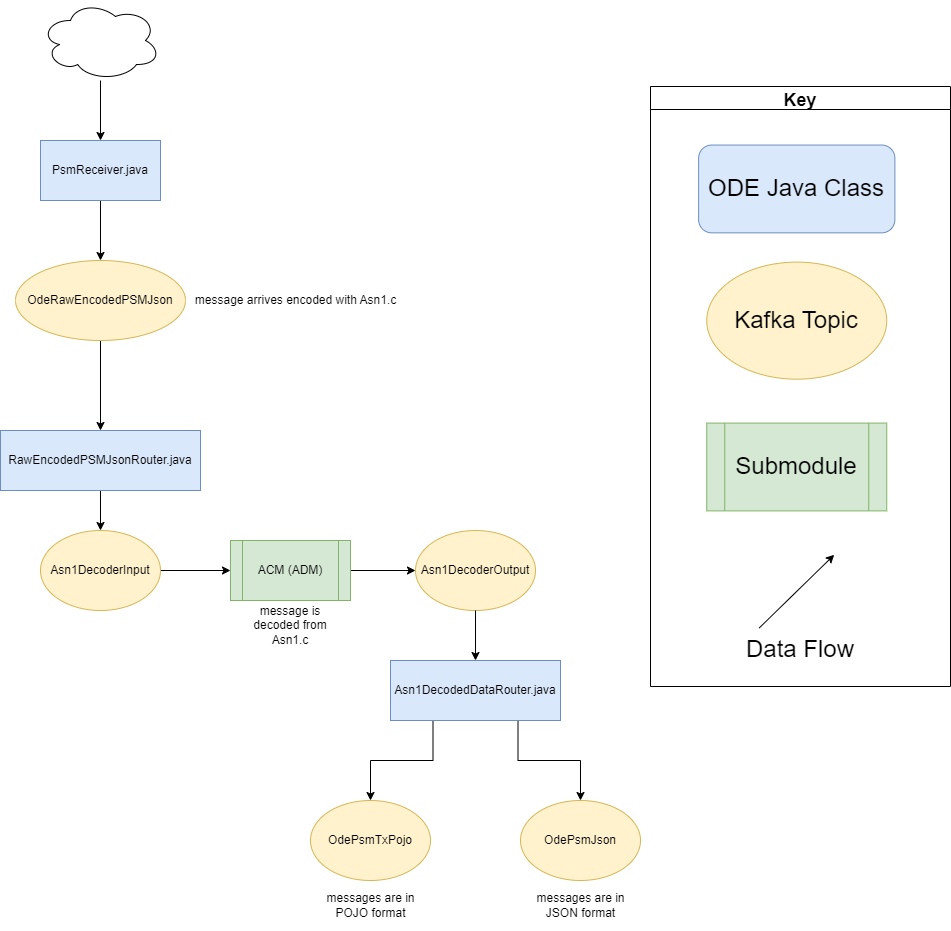
CDOT-CV/jpo-ode keeps this draw.io diagram as docs/data-flow-diagrams/psm/PSM Data Flow.drawio.png. Above is the earlier version. Source tidied: cells renumbered, new cells last; positions are measured from the earlier drawing's top-left corner, leaving out a move shared by most shapes.
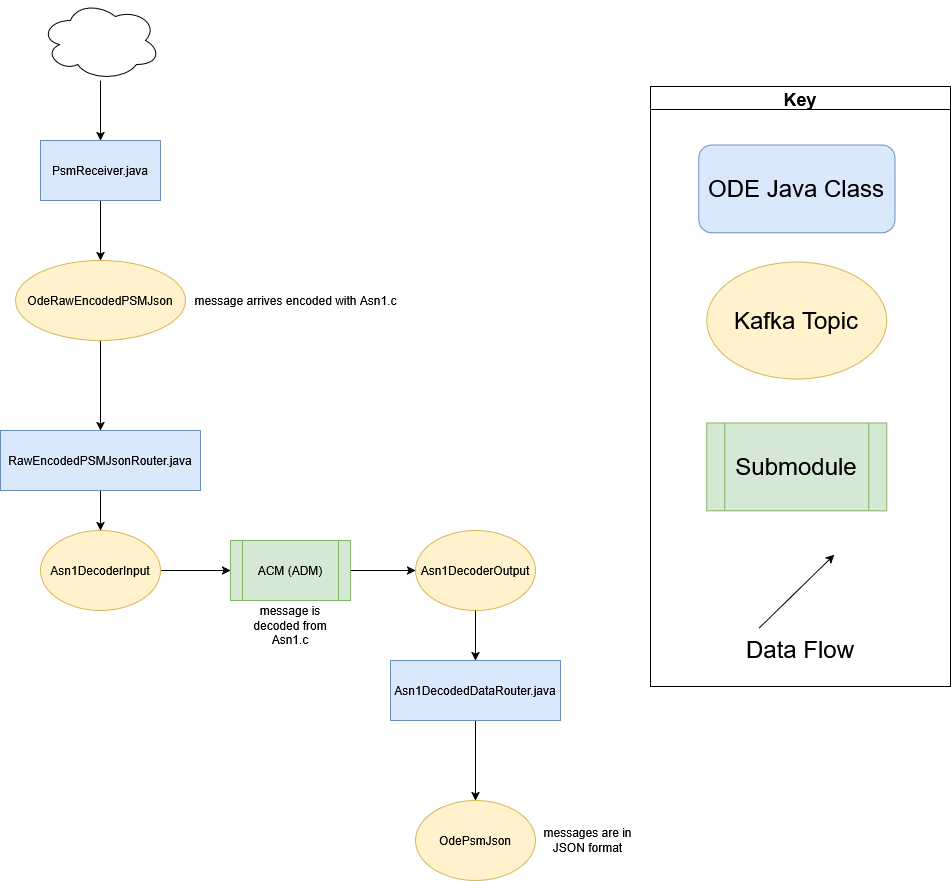
Above is the later version.

Change to the diagram source:
```diff
@@ -2,17 +2,10 @@
   <root>
     <mxCell id="0" />
     <mxCell id="1" parent="0" />
-    <mxCell id="2" style="edgeStyle=orthogonalEdgeStyle;rounded=0;jettySize=auto;html=1;exitX=0.25;exitY=1;exitDx=0;exitDy=0;" parent="1" edge="1" source="4">
-      <mxGeometry relative="1" as="geometry">
-        <mxPoint x="370" y="800" as="targetPoint" />
-      </mxGeometry>
-    </mxCell>
-    <mxCell id="3" style="edgeStyle=orthogonalEdgeStyle;rounded=0;jettySize=auto;html=1;exitX=0.75;exitY=1;exitDx=0;exitDy=0;entryX=0.5;entryY=0;entryDx=0;entryDy=0;" parent="1" edge="1" source="4">
+    <mxCell id="3" style="edgeStyle=orthogonalEdgeStyle;rounded=0;jettySize=auto;html=1;exitX=0.5;exitY=1;exitDx=0;exitDy=0;entryX=0.5;entryY=0;entryDx=0;entryDy=0;" parent="1" edge="1" source="4" target="26">
       <mxGeometry relative="1" as="geometry">
-        <mxPoint x="580" y="800" as="targetPoint" />
         <Array as="points">
-          <mxPoint x="518" y="760" />
-          <mxPoint x="580" y="760" />
+          <mxPoint x="475" y="800" />
         </Array>
       </mxGeometry>
     </mxCell>
@@ -82,11 +75,8 @@
     <mxCell id="24" value="&lt;font style=&quot;font-size: 24px&quot;&gt;ODE Java Class&lt;/font&gt;" style="rounded=1;whiteSpace=wrap;html=1;fillColor=#dae8fc;strokeColor=#6c8ebf;labelBackgroundColor=none;" parent="21" vertex="1">
       <mxGeometry x="48.1" y="58.5" width="196.2" height="87.8" as="geometry" />
     </mxCell>
-    <mxCell id="25" value="OdePsmTxPojo" style="ellipse;whiteSpace=wrap;html=1;fillColor=#fff2cc;strokeColor=#d6b656;" parent="1" vertex="1">
-      <mxGeometry x="310" y="800" width="120" height="80" as="geometry" />
-    </mxCell>
     <mxCell id="26" value="OdePsmJson" style="ellipse;whiteSpace=wrap;html=1;fillColor=#fff2cc;strokeColor=#d6b656;" parent="1" vertex="1">
-      <mxGeometry x="520" y="800" width="120" height="80" as="geometry" />
+      <mxGeometry x="415" y="800" width="120" height="80" as="geometry" />
     </mxCell>
     <mxCell id="27" value="message arrives encoded with Asn1.c" style="text;html=1;align=center;verticalAlign=middle;strokeColor=none;fillColor=none;" parent="1" vertex="1">
       <mxGeometry x="185" y="290" width="220" height="20" as="geometry" />
@@ -98,10 +88,7 @@
       <mxGeometry x="740" y="627.5" width="120" height="43.9" as="geometry" />
     </mxCell>
     <mxCell id="30" value="messages are in JSON format" style="text;html=1;strokeColor=none;fillColor=none;align=center;verticalAlign=middle;whiteSpace=wrap;rounded=0;" parent="1" vertex="1">
-      <mxGeometry x="527.5" y="880" width="105" height="50" as="geometry" />
+      <mxGeometry x="535" y="815" width="105" height="50" as="geometry" />
     </mxCell>
-    <mxCell id="31" value="messages are in POJO format" style="text;html=1;strokeColor=none;fillColor=none;align=center;verticalAlign=middle;whiteSpace=wrap;rounded=0;" parent="1" vertex="1">
-      <mxGeometry x="317.5" y="880" width="105" height="50" as="geometry" />
-    </mxCell>
   </root>
 </mxGraphModel>
```
